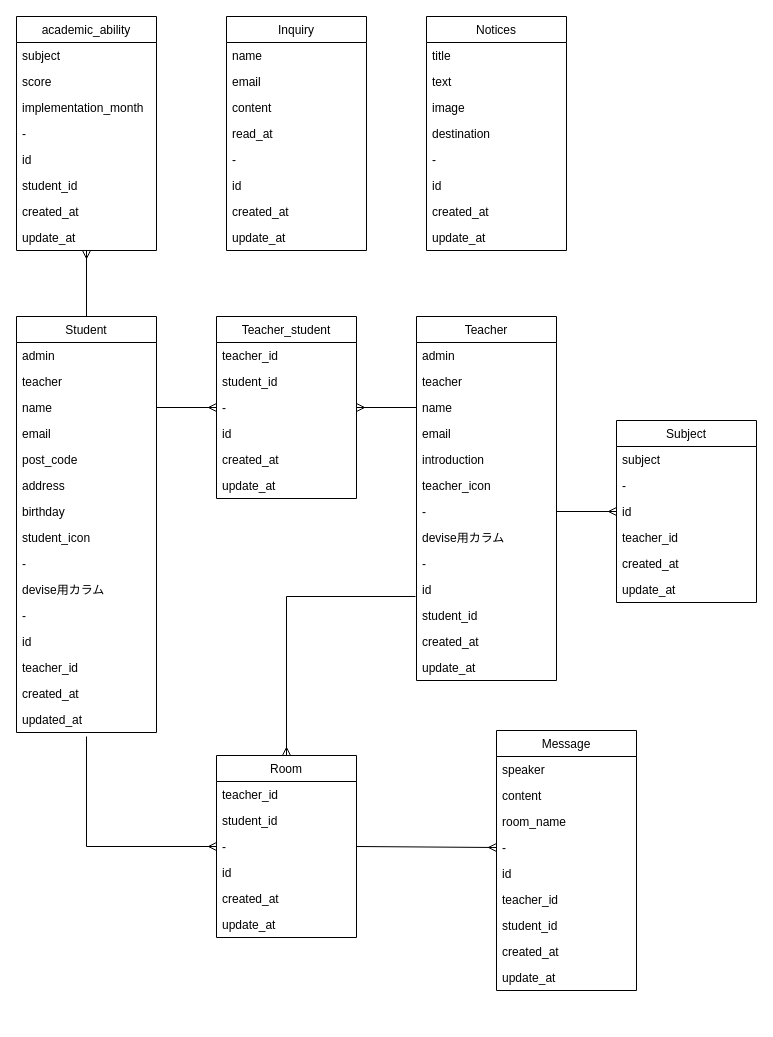
This is er.dio from KazumasaAbe/tutor_app_root, a draw.io file, before an edit. Source tidied: cells renumbered, new cells numbered last; positions are measured from the earlier drawing's top-left corner, leaving out a move shared by most shapes. Both pictures are drawn from the tidied source at 100%, with x=0, y=0 at pixel (16, 16).
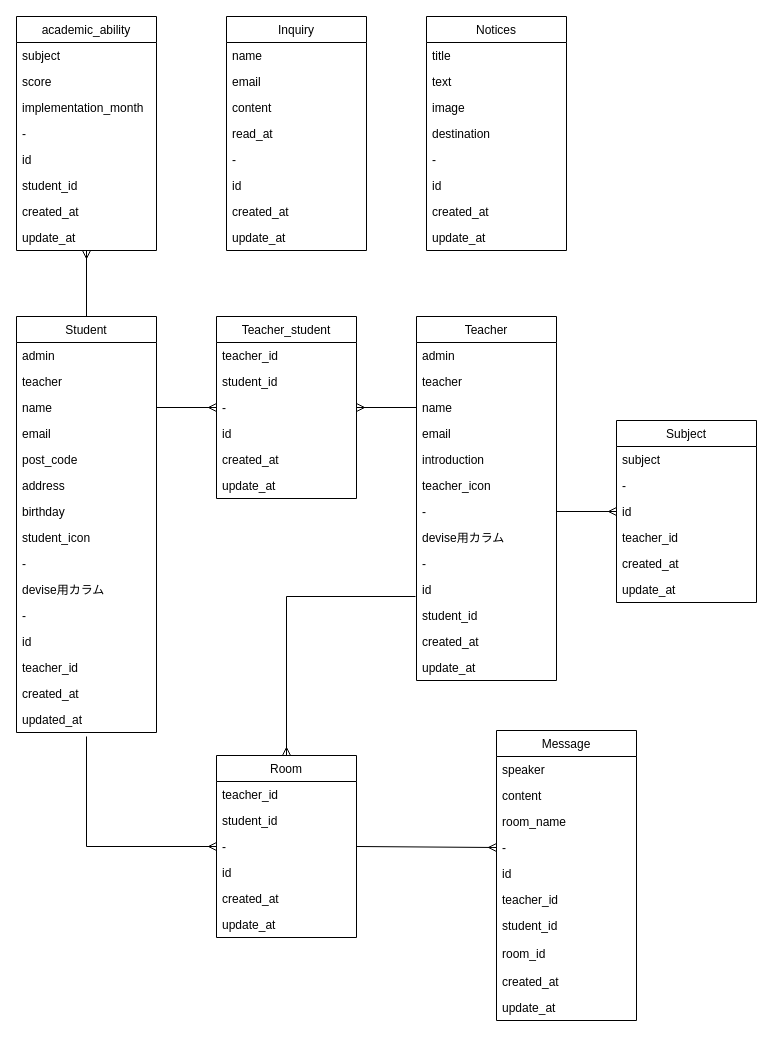
The same diagram, later.

What changed in the source:
```diff
@@
     <mxCell id="75" value="Message" style="swimlane;fontStyle=0;horizontal=1;startSize=26;" parent="1" vertex="1">
-      <mxGeometry x="480" y="714" width="140" height="260" as="geometry" />
+      <mxGeometry x="480" y="714" width="140" height="290" as="geometry" />
     </mxCell>
@@
+    <mxCell id="99" value="room_id" style="text;strokeColor=none;fillColor=none;align=left;verticalAlign=middle;spacingLeft=4;spacingRight=4;overflow=hidden;" parent="75" vertex="1">
+      <mxGeometry y="208" width="140" height="30" as="geometry" />
+    </mxCell>
     <mxCell id="83" value="created_at" style="text;strokeColor=none;fillColor=none;align=left;verticalAlign=top;spacingLeft=4;spacingRight=4;overflow=hidden;" parent="75" vertex="1">
-      <mxGeometry y="208" width="140" height="26" as="geometry" />
+      <mxGeometry y="238" width="140" height="26" as="geometry" />
     </mxCell>
     <mxCell id="84" value="update_at" style="text;strokeColor=none;fillColor=none;align=left;verticalAlign=top;spacingLeft=4;spacingRight=4;overflow=hidden;" parent="75" vertex="1">
-      <mxGeometry y="234" width="140" height="26" as="geometry" />
+      <mxGeometry y="264" width="140" height="26" as="geometry" />
     </mxCell>
```
